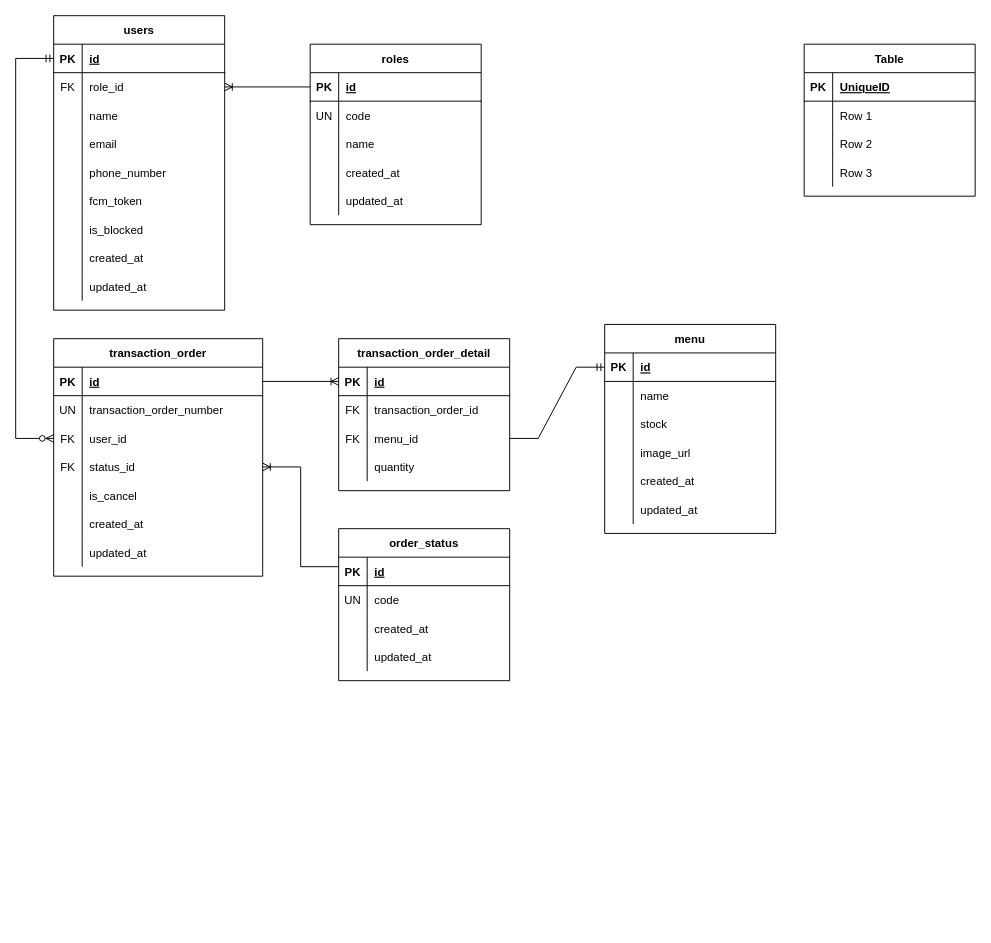
Above: page "LLD Database" (1 of 2) of ERD.drawio in glovenkevin/order-app-service (draw.io), before the change. Source tidied: cells renumbered, new cells numbered last; positions are measured from the earlier drawing's top-left corner, leaving out a move shared by most shapes. Both pictures are drawn from the tidied source at 95%, with x=0, y=0 at pixel (15, 15).
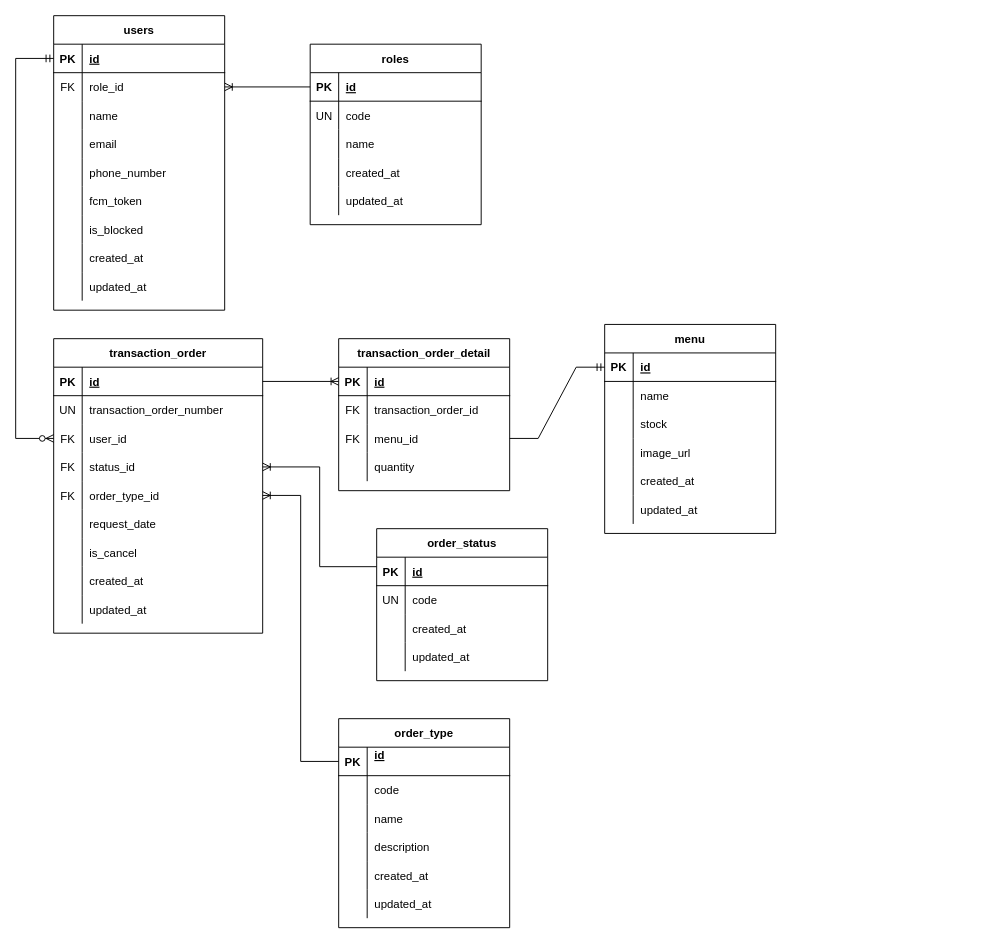
The same page after the edit.

The change refers to these unchanged cells:
```xml
<mxCell id="57" style="shape=tableRow;horizontal=0;startSize=0;swimlaneHead=0;swimlaneBody=0;fillColor=none;points=[[0,0.5],[1,0.5]];portConstraint=eastwest;top=0;left=0;right=0;bottom=0;" parent="47" vertex="1">
  <mxGeometry y="120" width="220" height="30" as="geometry" />
</mxCell>
```

Change to the diagram source:
```diff
@@
     <mxCell id="47" value="transaction_order" style="shape=table;startSize=30;childLayout=tableLayout;rowLines=0;fontStyle=1;align=center;" parent="1" vertex="1">
-      <mxGeometry x="40" y="340" width="220" height="250" as="geometry" />
+      <mxGeometry x="40" y="340" width="220" height="310" as="geometry" />
     </mxCell>
@@
+    <mxCell id="131" style="shape=tableRow;horizontal=0;startSize=0;swimlaneHead=0;swimlaneBody=0;fillColor=none;points=[[0,0.5],[1,0.5]];portConstraint=eastwest;top=0;left=0;right=0;bottom=0;" parent="47" vertex="1">
+      <mxGeometry y="150" width="220" height="30" as="geometry" />
+    </mxCell>
+    <mxCell id="132" value="FK" style="shape=partialRectangle;fillColor=none;top=0;left=0;bottom=0;right=0;overflow=hidden;" parent="131" vertex="1">
+      <mxGeometry width="30" height="30" as="geometry" />
+    </mxCell>
+    <mxCell id="133" value="order_type_id" style="shape=partialRectangle;fillColor=none;top=0;left=0;bottom=0;right=0;align=left;spacingLeft=6;overflow=hidden;" parent="131" vertex="1">
+      <mxGeometry x="30" width="190" height="30" as="geometry" />
+    </mxCell>
+    <mxCell id="134" style="shape=tableRow;horizontal=0;startSize=0;swimlaneHead=0;swimlaneBody=0;fillColor=none;top=0;left=0;right=0;bottom=0;" parent="47" vertex="1">
+      <mxGeometry y="180" width="220" height="30" as="geometry" />
+    </mxCell>
+    <mxCell id="135" style="shape=partialRectangle;fillColor=none;top=0;left=0;bottom=0;right=0;overflow=hidden;" parent="134" vertex="1">
+      <mxGeometry width="30" height="30" as="geometry" />
+    </mxCell>
+    <mxCell id="136" value="request_date" style="shape=partialRectangle;fillColor=none;top=0;left=0;bottom=0;right=0;align=left;spacingLeft=6;overflow=hidden;" parent="134" vertex="1">
+      <mxGeometry x="30" width="190" height="30" as="geometry" />
+    </mxCell>
     <mxCell id="60" style="shape=tableRow;horizontal=0;startSize=0;swimlaneHead=0;swimlaneBody=0;fillColor=none;top=0;left=0;right=0;bottom=0;" parent="47" vertex="1">
-      <mxGeometry y="150" width="220" height="30" as="geometry" />
+      <mxGeometry y="210" width="220" height="30" as="geometry" />
     </mxCell>
@@
     <mxCell id="63" style="shape=tableRow;horizontal=0;startSize=0;swimlaneHead=0;swimlaneBody=0;fillColor=none;top=0;left=0;right=0;bottom=0;" parent="47" vertex="1">
-      <mxGeometry y="180" width="220" height="30" as="geometry" />
+      <mxGeometry y="240" width="220" height="30" as="geometry" />
     </mxCell>
@@
     <mxCell id="66" style="shape=tableRow;horizontal=0;startSize=0;swimlaneHead=0;swimlaneBody=0;fillColor=none;top=0;left=0;right=0;bottom=0;" parent="47" vertex="1">
-      <mxGeometry y="210" width="220" height="30" as="geometry" />
+      <mxGeometry y="270" width="220" height="30" as="geometry" />
     </mxCell>
@@
     <mxCell id="69" style="edgeStyle=orthogonalEdgeStyle;rounded=0;jettySize=auto;html=1;exitX=0;exitY=0.25;exitDx=0;exitDy=0;entryX=1;entryY=0.5;entryDx=0;entryDy=0;endArrow=ERoneToMany;endFill=0;" parent="1" edge="1" source="70" target="57">
-      <mxGeometry relative="1" as="geometry" />
+      <mxGeometry relative="1" as="geometry">
+        <Array as="points">
+          <mxPoint x="320" y="580" />
+          <mxPoint x="320" y="475" />
+        </Array>
+      </mxGeometry>
     </mxCell>
     <mxCell id="70" value="order_status" style="shape=table;startSize=30;childLayout=tableLayout;rowLines=0;fontStyle=1;align=center;" parent="1" vertex="1">
-      <mxGeometry x="340" y="540" width="180" height="160" as="geometry" />
+      <mxGeometry x="380" y="540" width="180" height="160" as="geometry" />
     </mxCell>
@@
-    <mxCell id="118" value="Table" style="shape=table;startSize=30;childLayout=tableLayout;rowLines=0;fontStyle=1;align=center;" parent="1" vertex="1">
-      <mxGeometry x="830" y="30" width="180" height="160" as="geometry" />
-    </mxCell>
+    <mxCell id="137" value="order_type" style="shape=table;startSize=30;childLayout=tableLayout;rowLines=0;fontStyle=1;align=center;" parent="1" vertex="1">
+      <mxGeometry x="340" y="740" width="180" height="220" as="geometry" />
+    </mxCell>
-    <mxCell id="119" style="shape=tableRow;horizontal=0;startSize=0;swimlaneHead=0;swimlaneBody=0;fillColor=none;points=[[0,0.5],[1,0.5]];portConstraint=eastwest;top=0;left=0;right=0;bottom=1;" parent="118" vertex="1">
+    <mxCell id="119" style="shape=tableRow;horizontal=0;startSize=0;swimlaneHead=0;swimlaneBody=0;fillColor=none;points=[[0,0.5],[1,0.5]];portConstraint=eastwest;top=0;left=0;right=0;bottom=1;" parent="137" vertex="1">
       <mxGeometry y="30" width="180" height="30" as="geometry" />
     </mxCell>
@@
-    <mxCell id="121" value="UniqueID" style="shape=partialRectangle;fillColor=none;top=0;left=0;bottom=0;right=0;align=left;spacingLeft=6;fontStyle=5;overflow=hidden;" parent="119" vertex="1">
-      <mxGeometry x="30" width="150" height="30" as="geometry" />
-    </mxCell>
+    <mxCell id="138" value="id&#10;" style="shape=partialRectangle;fillColor=none;top=0;left=0;bottom=0;right=0;align=left;spacingLeft=6;fontStyle=5;overflow=hidden;" parent="119" vertex="1">
+      <mxGeometry x="30" width="150" height="30" as="geometry" />
+    </mxCell>
-    <mxCell id="122" style="shape=tableRow;horizontal=0;startSize=0;swimlaneHead=0;swimlaneBody=0;fillColor=none;top=0;left=0;right=0;bottom=0;" parent="118" vertex="1">
+    <mxCell id="122" style="shape=tableRow;horizontal=0;startSize=0;swimlaneHead=0;swimlaneBody=0;fillColor=none;top=0;left=0;right=0;bottom=0;" parent="137" vertex="1">
       <mxGeometry y="60" width="180" height="30" as="geometry" />
     </mxCell>
-    <mxCell id="123" style="shape=partialRectangle;fillColor=none;top=0;left=0;bottom=0;right=0;overflow=hidden;" parent="122" vertex="1">
-      <mxGeometry width="30" height="30" as="geometry" />
-    </mxCell>
-    <mxCell id="124" value="Row 1" style="shape=partialRectangle;fillColor=none;top=0;left=0;bottom=0;right=0;align=left;spacingLeft=6;overflow=hidden;" parent="122" vertex="1">
-      <mxGeometry x="30" width="150" height="30" as="geometry" />
-    </mxCell>
+    <mxCell id="139" style="shape=partialRectangle;fillColor=none;top=0;left=0;bottom=0;right=0;overflow=hidden;" parent="122" vertex="1">
+      <mxGeometry width="30" height="30" as="geometry" />
+    </mxCell>
+    <mxCell id="140" value="code" style="shape=partialRectangle;fillColor=none;top=0;left=0;bottom=0;right=0;align=left;spacingLeft=6;overflow=hidden;" parent="122" vertex="1">
+      <mxGeometry x="30" width="150" height="30" as="geometry" />
+    </mxCell>
-    <mxCell id="125" style="shape=tableRow;horizontal=0;startSize=0;swimlaneHead=0;swimlaneBody=0;fillColor=none;top=0;left=0;right=0;bottom=0;" parent="118" vertex="1">
+    <mxCell id="125" style="shape=tableRow;horizontal=0;startSize=0;swimlaneHead=0;swimlaneBody=0;fillColor=none;top=0;left=0;right=0;bottom=0;" parent="137" vertex="1">
       <mxGeometry y="90" width="180" height="30" as="geometry" />
     </mxCell>
-    <mxCell id="126" style="shape=partialRectangle;fillColor=none;top=0;left=0;bottom=0;right=0;overflow=hidden;" parent="125" vertex="1">
-      <mxGeometry width="30" height="30" as="geometry" />
-    </mxCell>
-    <mxCell id="127" value="Row 2" style="shape=partialRectangle;fillColor=none;top=0;left=0;bottom=0;right=0;align=left;spacingLeft=6;overflow=hidden;" parent="125" vertex="1">
-      <mxGeometry x="30" width="150" height="30" as="geometry" />
-    </mxCell>
+    <mxCell id="141" style="shape=partialRectangle;fillColor=none;top=0;left=0;bottom=0;right=0;overflow=hidden;" parent="125" vertex="1">
+      <mxGeometry width="30" height="30" as="geometry" />
+    </mxCell>
+    <mxCell id="142" value="name" style="shape=partialRectangle;fillColor=none;top=0;left=0;bottom=0;right=0;align=left;spacingLeft=6;overflow=hidden;" parent="125" vertex="1">
+      <mxGeometry x="30" width="150" height="30" as="geometry" />
+    </mxCell>
-    <mxCell id="128" style="shape=tableRow;horizontal=0;startSize=0;swimlaneHead=0;swimlaneBody=0;fillColor=none;top=0;left=0;right=0;bottom=0;" parent="118" vertex="1">
+    <mxCell id="128" style="shape=tableRow;horizontal=0;startSize=0;swimlaneHead=0;swimlaneBody=0;fillColor=none;top=0;left=0;right=0;bottom=0;" parent="137" vertex="1">
       <mxGeometry y="120" width="180" height="30" as="geometry" />
     </mxCell>
-    <mxCell id="129" style="shape=partialRectangle;fillColor=none;top=0;left=0;bottom=0;right=0;overflow=hidden;" parent="128" vertex="1">
-      <mxGeometry width="30" height="30" as="geometry" />
-    </mxCell>
-    <mxCell id="130" value="Row 3" style="shape=partialRectangle;fillColor=none;top=0;left=0;bottom=0;right=0;align=left;spacingLeft=6;overflow=hidden;" parent="128" vertex="1">
-      <mxGeometry x="30" width="150" height="30" as="geometry" />
-    </mxCell>
+    <mxCell id="143" style="shape=partialRectangle;fillColor=none;top=0;left=0;bottom=0;right=0;overflow=hidden;" parent="128" vertex="1">
+      <mxGeometry width="30" height="30" as="geometry" />
+    </mxCell>
+    <mxCell id="144" value="description" style="shape=partialRectangle;fillColor=none;top=0;left=0;bottom=0;right=0;align=left;spacingLeft=6;overflow=hidden;" parent="128" vertex="1">
+      <mxGeometry x="30" width="150" height="30" as="geometry" />
+    </mxCell>
+    <mxCell id="145" style="shape=tableRow;horizontal=0;startSize=0;swimlaneHead=0;swimlaneBody=0;fillColor=none;top=0;left=0;right=0;bottom=0;" parent="137" vertex="1">
+      <mxGeometry y="150" width="180" height="30" as="geometry" />
+    </mxCell>
+    <mxCell id="146" style="shape=partialRectangle;fillColor=none;top=0;left=0;bottom=0;right=0;overflow=hidden;" parent="145" vertex="1">
+      <mxGeometry width="30" height="30" as="geometry" />
+    </mxCell>
+    <mxCell id="147" value="created_at" style="shape=partialRectangle;fillColor=none;top=0;left=0;bottom=0;right=0;align=left;spacingLeft=6;overflow=hidden;" parent="145" vertex="1">
+      <mxGeometry x="30" width="150" height="30" as="geometry" />
+    </mxCell>
+    <mxCell id="148" style="shape=tableRow;horizontal=0;startSize=0;swimlaneHead=0;swimlaneBody=0;fillColor=none;top=0;left=0;right=0;bottom=0;" parent="137" vertex="1">
+      <mxGeometry y="180" width="180" height="30" as="geometry" />
+    </mxCell>
+    <mxCell id="149" style="shape=partialRectangle;fillColor=none;top=0;left=0;bottom=0;right=0;overflow=hidden;" parent="148" vertex="1">
+      <mxGeometry width="30" height="30" as="geometry" />
+    </mxCell>
+    <mxCell id="150" value="updated_at" style="shape=partialRectangle;fillColor=none;top=0;left=0;bottom=0;right=0;align=left;spacingLeft=6;overflow=hidden;" parent="148" vertex="1">
+      <mxGeometry x="30" width="150" height="30" as="geometry" />
+    </mxCell>
+    <mxCell id="151" style="edgeStyle=orthogonalEdgeStyle;rounded=0;jettySize=auto;html=1;exitX=0;exitY=0.5;exitDx=0;exitDy=0;entryX=1;entryY=0.5;entryDx=0;entryDy=0;endArrow=ERoneToMany;endFill=0;" parent="1" edge="1" source="119" target="131">
+      <mxGeometry relative="1" as="geometry" />
+    </mxCell>
```
